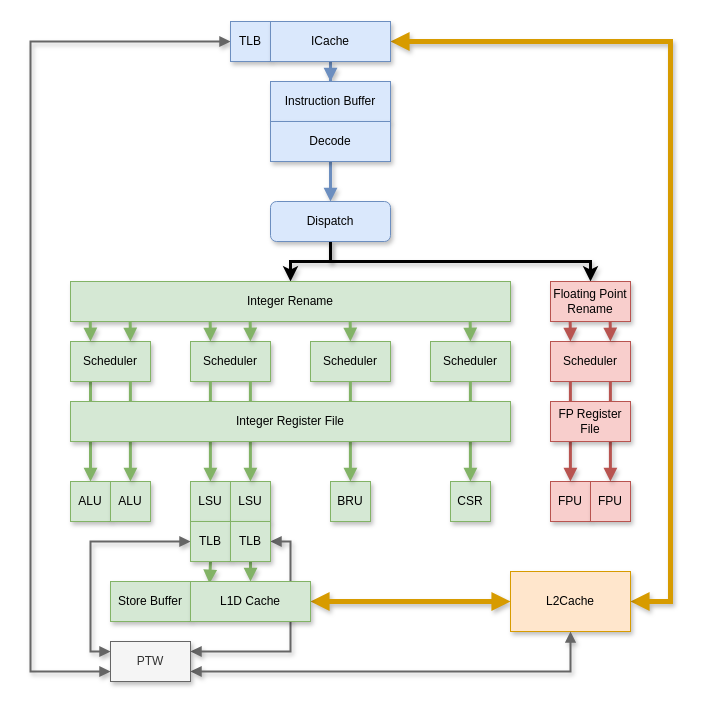
The draw.io diagram page "Top" (1 of 9) of docs/source/msrh.drawio in msyksphinz-self/scariv_zero, before the edit. Source tidied: cells renumbered, new cells numbered last; positions are measured from the earlier drawing's top-left corner, leaving out a move shared by most shapes. Both pictures are drawn from the tidied source at 100%, with x=0, y=0 at pixel (30, 21).
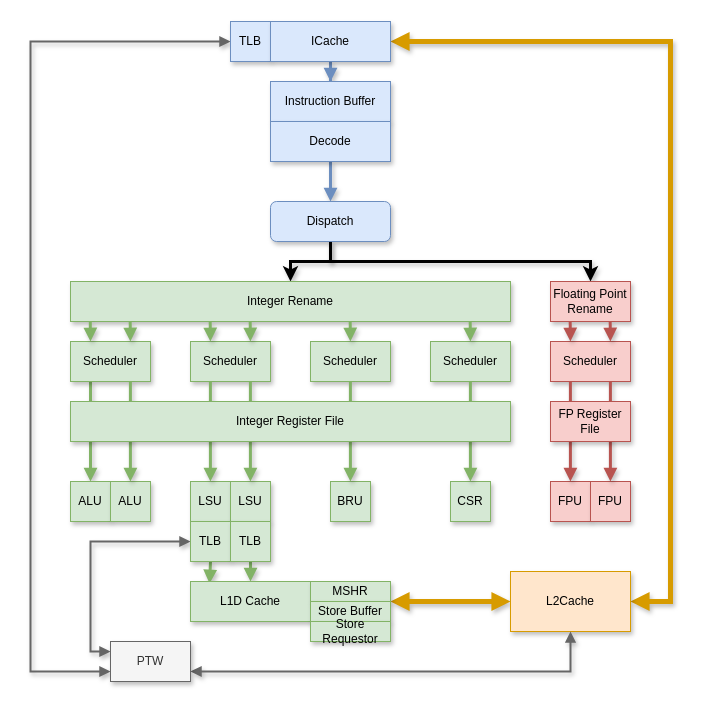
The same page after the edit.

Unchanged cells that the change refers to:
```xml
<mxCell id="27" value="TLB" style="rounded=0;whiteSpace=wrap;html=1;fillColor=#d5e8d4;strokeColor=#82b366;shadow=1;strokeWidth=1;" parent="1" vertex="1">
  <mxGeometry x="200" y="500" width="40" height="40" as="geometry" />
</mxCell>
<mxCell id="52" value="L1D Cache" style="rounded=0;whiteSpace=wrap;html=1;fillColor=#d5e8d4;strokeColor=#82b366;shadow=1;strokeWidth=1;" parent="1" vertex="1">
  <mxGeometry x="160" y="560" width="120" height="40" as="geometry" />
</mxCell>
<mxCell id="55" value="L2Cache" style="rounded=0;whiteSpace=wrap;html=1;fillColor=#ffe6cc;strokeColor=#d79b00;shadow=1;" parent="1" vertex="1">
  <mxGeometry x="480" y="550" width="120" height="60" as="geometry" />
</mxCell>
<mxCell id="57" value="PTW" style="rounded=0;whiteSpace=wrap;html=1;fillColor=#f5f5f5;strokeColor=#666666;shadow=1;strokeWidth=1;fontColor=#333333;" parent="1" vertex="1">
  <mxGeometry x="80" y="620" width="80" height="40" as="geometry" />
</mxCell>
```

The edit, as a diff of the source:
```diff
@@
-    <mxCell id="26" style="edgeStyle=orthogonalEdgeStyle;rounded=0;jettySize=auto;html=1;exitX=1;exitY=0.5;exitDx=0;exitDy=0;entryX=1;entryY=0.25;entryDx=0;entryDy=0;shadow=1;startArrow=block;startFill=1;endArrow=block;endFill=1;strokeWidth=2;fillColor=#f5f5f5;strokeColor=#666666;" parent="1" edge="1" source="27" target="57">
-      <mxGeometry relative="1" as="geometry" />
-    </mxCell>
@@
-    <mxCell id="28" value="Store Buffer" style="rounded=0;whiteSpace=wrap;html=1;fillColor=#d5e8d4;strokeColor=#82b366;shadow=1;strokeWidth=1;" parent="1" vertex="1">
-      <mxGeometry x="80" y="560" width="80" height="40" as="geometry" />
-    </mxCell>
@@
-    <mxCell id="51" style="edgeStyle=orthogonalEdgeStyle;rounded=0;jettySize=auto;html=1;exitX=1;exitY=0.5;exitDx=0;exitDy=0;entryX=0;entryY=0.5;entryDx=0;entryDy=0;fillColor=#ffe6cc;strokeColor=#d79b00;strokeWidth=5;startArrow=block;startFill=1;endArrow=block;endFill=1;shadow=1;" parent="1" edge="1" source="52" target="55">
-      <mxGeometry relative="1" as="geometry" />
+    <mxCell id="51" style="edgeStyle=orthogonalEdgeStyle;rounded=0;jettySize=auto;html=1;entryX=0;entryY=0.5;entryDx=0;entryDy=0;fillColor=#ffe6cc;strokeColor=#d79b00;strokeWidth=5;startArrow=block;startFill=1;endArrow=block;endFill=1;shadow=1;exitX=1;exitY=0;exitDx=0;exitDy=0;" parent="1" edge="1" source="28" target="55">
+      <mxGeometry relative="1" as="geometry">
+        <Array as="points">
+          <mxPoint x="420" y="580" />
+          <mxPoint x="420" y="580" />
+        </Array>
+      </mxGeometry>
     </mxCell>
@@
+    <mxCell id="58" value="MSHR" style="rounded=0;whiteSpace=wrap;html=1;fillColor=#d5e8d4;strokeColor=#82b366;shadow=1;strokeWidth=1;" parent="1" vertex="1">
+      <mxGeometry x="280" y="560" width="80" height="20" as="geometry" />
+    </mxCell>
+    <mxCell id="28" value="Store Buffer" style="rounded=0;whiteSpace=wrap;html=1;fillColor=#d5e8d4;strokeColor=#82b366;shadow=1;strokeWidth=1;" parent="1" vertex="1">
+      <mxGeometry x="280" y="580" width="80" height="20" as="geometry" />
+    </mxCell>
+    <mxCell id="59" value="Store Requestor" style="rounded=0;whiteSpace=wrap;html=1;fillColor=#d5e8d4;strokeColor=#82b366;shadow=1;strokeWidth=1;" parent="1" vertex="1">
+      <mxGeometry x="280" y="600" width="80" height="20" as="geometry" />
+    </mxCell>
```
